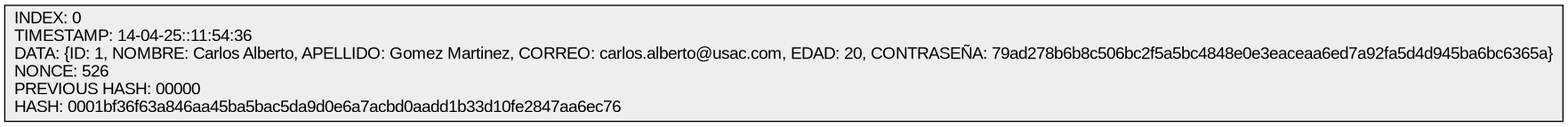
Earlier version of the Graphviz export Fase3/AutoGestPro/Reportes/ReporteUsuarios.png (0520Jose/-EDD-1S2025_202300539). Its source is kept beside it as Fase3/AutoGestPro/Reportes/ReporteUsuarios.dot. Its diagram source:
```dot
digraph G {
node [shape=record];
rankdir=TB;
node [height=0.5];
node [width=0.5];
node [style=filled];
node [fillcolor="#EEEEEE"];
node [fontname="Arial"];
edge [fontname="Arial"];
edge [fontsize=8];
edge [fontcolor="#333333"];
edge [labelfloat=false];
edge [decorate=true];
edge [style="solid"];
edge [color="#333333"];
edge [dir="forward"];
edge [arrowhead="normal"];
edge [arrowsize="0.5"];
edge [arrowtail="normal"];
edge [taillabel=""];
edge [headlabel=""];
edge [label=""];
edge [weight="1"];
"0" [label="{
INDEX: 0\l
TIMESTAMP: 14-04-25::11:54:36\l
DATA: \{ID: 1, NOMBRE: Carlos Alberto, APELLIDO: Gomez Martinez, CORREO: carlos.alberto@usac.com, EDAD: 20, CONTRASEÑA: 79ad278b6b8c506bc2f5a5bc4848e0e3eaceaa6ed7a92fa5d4d945ba6bc6365a\}\l
NONCE: 526\l
PREVIOUS HASH: 00000\l
HASH: 0001bf36f63a846aa45ba5bac5da9d0e6a7acbd0aadd1b33d10fe2847aa6ec76\l
}"]
}
```
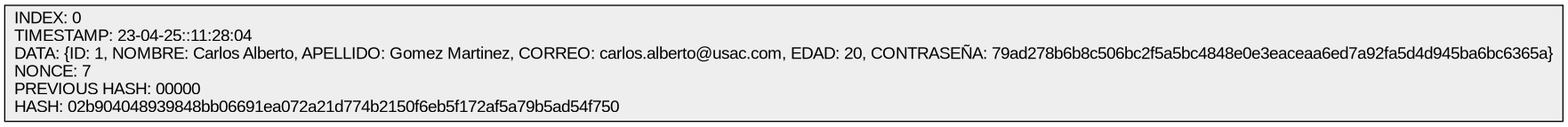
The same file after the commit.

Change to the diagram source:
```diff
@@ -23,10 +23,10 @@
 edge [weight="1"];
 "0" [label="{
 INDEX: 0\l
-TIMESTAMP: 14-04-25::11:54:36\l
+TIMESTAMP: 23-04-25::11:28:04\l
 DATA: \{ID: 1, NOMBRE: Carlos Alberto, APELLIDO: Gomez Martinez, CORREO: carlos.alberto@usac.com, EDAD: 20, CONTRASEÑA: 79ad278b6b8c506bc2f5a5bc4848e0e3eaceaa6ed7a92fa5d4d945ba6bc6365a\}\l
-NONCE: 526\l
+NONCE: 7\l
 PREVIOUS HASH: 00000\l
-HASH: 0001bf36f63a846aa45ba5bac5da9d0e6a7acbd0aadd1b33d10fe2847aa6ec76\l
+HASH: 02b904048939848bb06691ea072a21d774b2150f6eb5f172af5a79b5ad54f750\l
 }"]
 }
```
